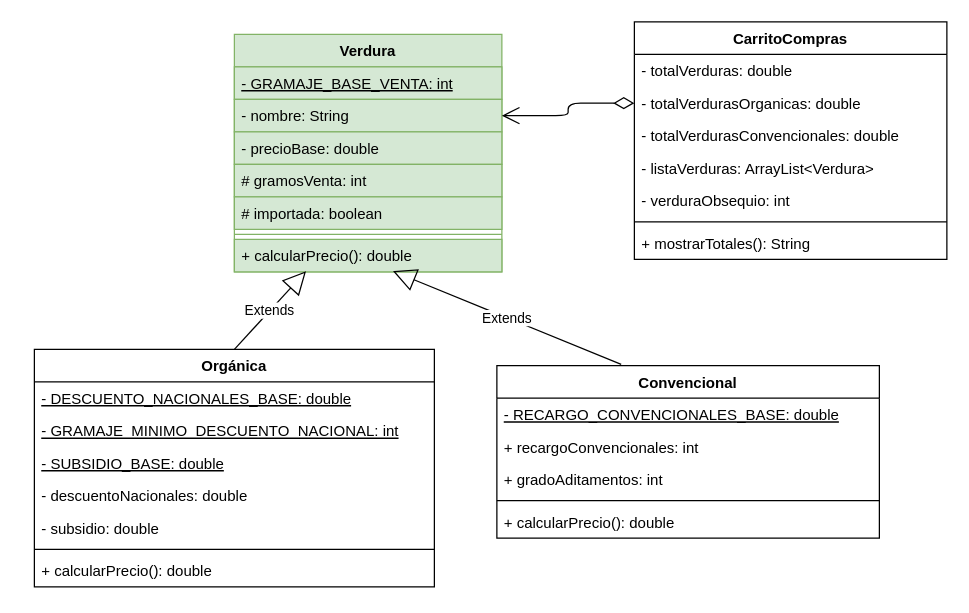
Above: P61/Clase14/DiagramaClasesVerduras.drawio in luismescobarf/clasesCiclo2 (draw.io), before the change. Source tidied: cells renumbered, new cells numbered last; positions are measured from the earlier drawing's top-left corner, leaving out a move shared by most shapes. Both pictures are drawn from the tidied source at 125%, with x=0, y=0 at pixel (34, 21).
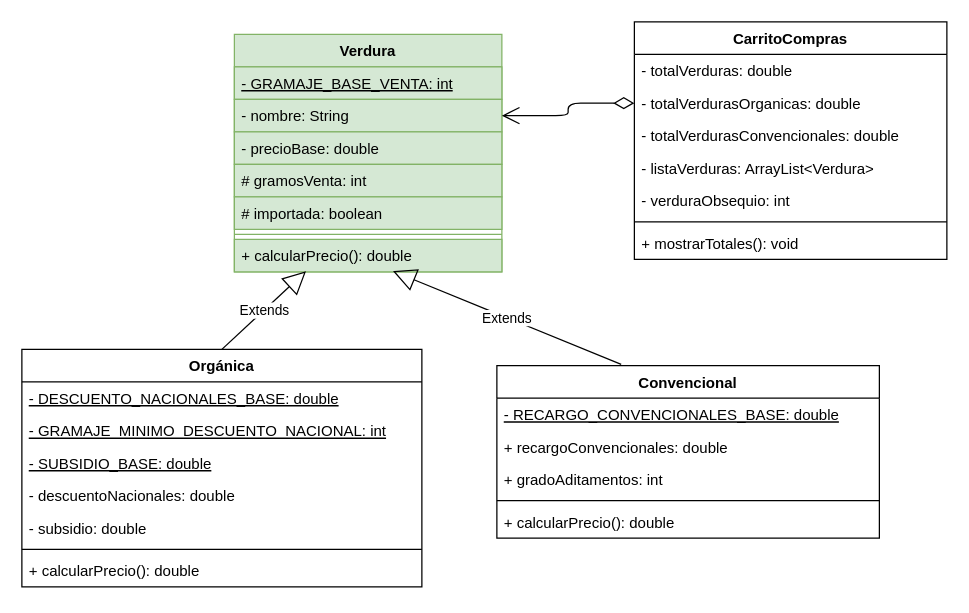
After the change.

The change refers to these unchanged cells:
```xml
<mxCell id="18" value="Convencional" style="swimlane;fontStyle=1;align=center;verticalAlign=top;horizontal=1;startSize=26;" parent="1" vertex="1">
  <mxGeometry x="370" y="275" width="306" height="138" as="geometry" />
</mxCell>
<mxCell id="24" value="CarritoCompras" style="swimlane;fontStyle=1;align=center;verticalAlign=top;horizontal=1;startSize=26;" parent="1" vertex="1">
  <mxGeometry x="480" width="250" height="190" as="geometry" />
</mxCell>
```

Diff of the diagram source:
```diff
@@
     <mxCell id="10" value="Orgánica" style="swimlane;fontStyle=1;align=center;verticalAlign=top;horizontal=1;startSize=26;" parent="1" vertex="1">
-      <mxGeometry y="262" width="320" height="190" as="geometry" />
+      <mxGeometry x="-10" y="262" width="320" height="190" as="geometry" />
     </mxCell>
@@
-    <mxCell id="20" value="+ recargoConvencionales: int" style="text;strokeColor=none;fillColor=none;align=left;verticalAlign=top;spacingLeft=4;spacingRight=4;overflow=hidden;" parent="18" vertex="1">
+    <mxCell id="20" value="+ recargoConvencionales: double" style="text;strokeColor=none;fillColor=none;align=left;verticalAlign=top;spacingLeft=4;spacingRight=4;overflow=hidden;" parent="18" vertex="1">
       <mxGeometry y="52" width="306" height="26" as="geometry" />
     </mxCell>
@@
-    <mxCell id="31" value="+ mostrarTotales(): String" style="text;strokeColor=none;fillColor=none;align=left;verticalAlign=top;spacingLeft=4;spacingRight=4;overflow=hidden;" parent="24" vertex="1">
+    <mxCell id="31" value="+ mostrarTotales(): void" style="text;strokeColor=none;fillColor=none;align=left;verticalAlign=top;spacingLeft=4;spacingRight=4;overflow=hidden;" parent="24" vertex="1">
       <mxGeometry y="164" width="250" height="26" as="geometry" />
     </mxCell>
```
